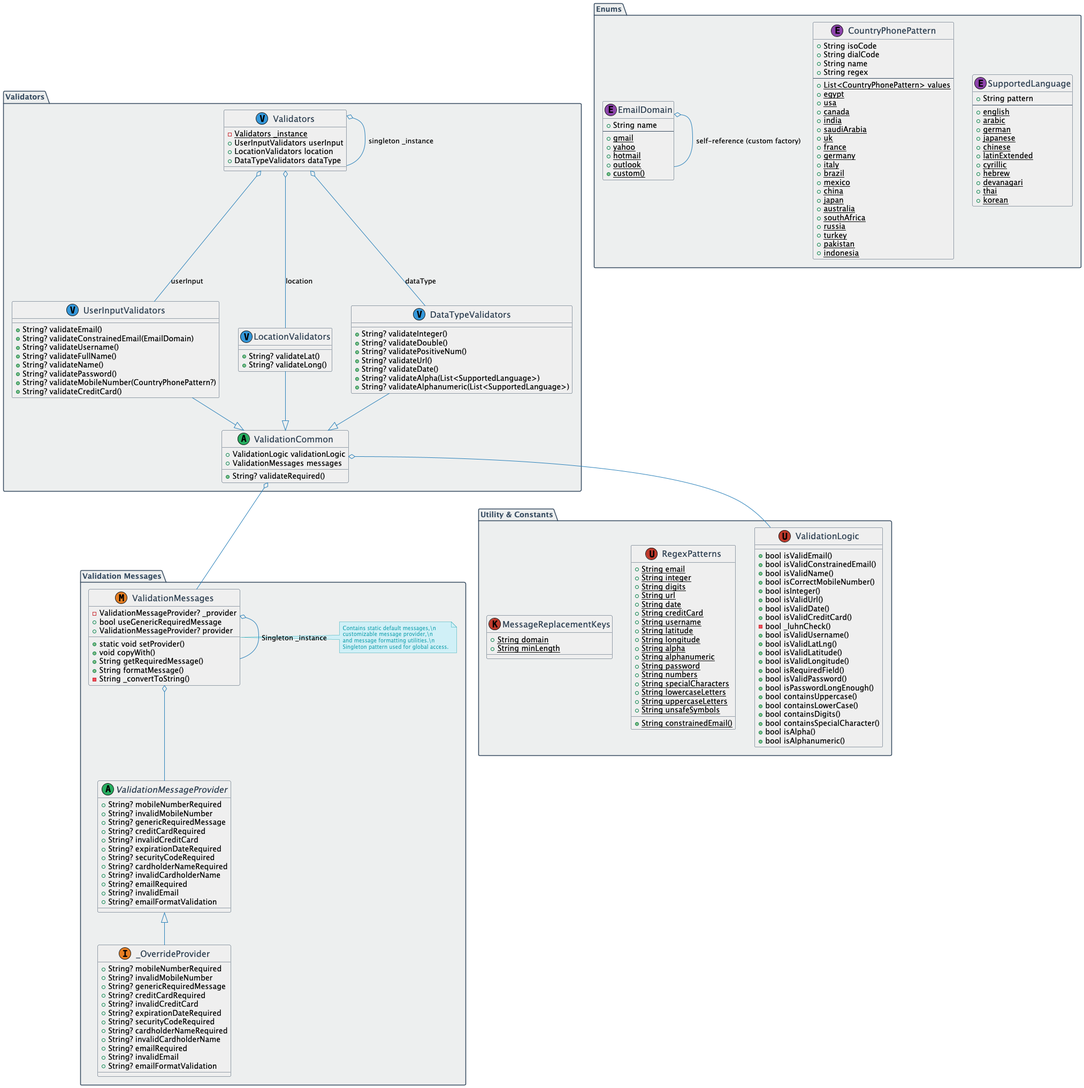
2Math0/boolean_validation keeps this PlantUML diagram as full_diagram.png. Above is the earlier version. Source of this version:
```plantuml
@startuml
skinparam {
shadowing false
backgroundColor #ffffff
  class {
BackgroundColor #efefef
    BorderColor #34495e
    ArrowColor #2980b9
    FontColor #2c3e50
    FontName "Roboto"
FontSize 16
RoundCorner 12
}
package {
BackgroundColor #edeFeF
    BorderColor #34495e
    FontColor #34495e
  }
note {
BackgroundColor #d0f0f7
    BorderColor #22a6b3
    FontColor #22a6b3
    FontName "monospace"
FontSize 10
RoundCorner 12
}
}

!define VALIDATOR_COLOR #3498db
!define MESSAGE_COLOR #e67e22
!define ENUM_COLOR #8e44ad
!define ABSTRACT_COLOR #27ae60
!define UTILITY_COLOR #c0392b

skinparam class {
stereotypeFontColor #555555
  stereotypeFontSize 10
}

package "Utility & Constants" {
class "MessageReplacementKeys" as MsgKeys << (K, UTILITY_COLOR) >> {
{static} +String domain
{static} +String minLength
}
class "RegexPatterns" << (U, UTILITY_COLOR) >> {
{static} +String email
{static} +String integer
{static} +String digits
{static} +String url
{static} +String date
{static} +String creditCard
{static} +String username
{static} +String latitude
{static} +String longitude
{static} +String alpha
{static} +String alphanumeric
{static} +String password
{static} +String numbers
{static} +String specialCharacters
{static} +String lowercaseLetters
{static} +String uppercaseLetters
{static} +String unsafeSymbols
{static} +String constrainedEmail()
}


class "ValidationLogic" << (U, UTILITY_COLOR) >> {
+bool isValidEmail()
+bool isValidConstrainedEmail()
+bool isValidName()
+bool isCorrectMobileNumber()
+bool isInteger()
+bool isValidUrl()
+bool isValidDate()
+bool isValidCreditCard()
-bool _luhnCheck()
+bool isValidUsername()
+bool isValidLatLng()
+bool isValidLatitude()
+bool isValidLongitude()
+bool isRequiredField()
+bool isValidPassword()
+bool isPasswordLongEnough()
+bool containsUppercase()
+bool containsLowerCase()
+bool containsDigits()
+bool containsSpecialCharacter()
+bool isAlpha()
+bool isAlphanumeric()
}
}

package "Validation Messages" {
class "ValidationMessages" as VMessages << (M, MESSAGE_COLOR) >> {
-ValidationMessageProvider? _provider
+bool useGenericRequiredMessage
+ValidationMessageProvider? provider
+static void setProvider()
+void copyWith()
+String getRequiredMessage()
+String formatMessage()
-String _convertToString()
}

note right of VMessages
Contains static default messages,\n
customizable message provider,\n
and message formatting utilities.\n
Singleton pattern used for global access.
end note

abstract class "ValidationMessageProvider" as MessageProvider << (A, ABSTRACT_COLOR) >> {
+String? mobileNumberRequired
+String? invalidMobileNumber
+String? genericRequiredMessage
+String? creditCardRequired
+String? invalidCreditCard
+String? expirationDateRequired
+String? securityCodeRequired
+String? cardholderNameRequired
+String? invalidCardholderName
+String? emailRequired
+String? invalidEmail
+String? emailFormatValidation
}

class "_OverrideProvider" as OverrideProvider << (I, MESSAGE_COLOR) >> {
+String? mobileNumberRequired
+String? invalidMobileNumber
+String? genericRequiredMessage
+String? creditCardRequired
+String? invalidCreditCard
+String? expirationDateRequired
+String? securityCodeRequired
+String? cardholderNameRequired
+String? invalidCardholderName
+String? emailRequired
+String? invalidEmail
+String? emailFormatValidation
}

MessageProvider <|-- OverrideProvider
VMessages o-- MessageProvider
VMessages o-- VMessages : "Singleton _instance"
}

package "Enums" {
class "EmailDomain" as EmailDomain << (E, ENUM_COLOR) >> {
+String name
--
{static} +gmail
{static} +yahoo
{static} +hotmail
{static} +outlook
{static} +custom()
}

EmailDomain o-- EmailDomain : self-reference (custom factory)

class "CountryPhonePattern" as CountryPhonePattern << (E, ENUM_COLOR) >> {
+String isoCode
+String dialCode
+String name
+String regex
--
{static} +List<CountryPhonePattern> values
{static} +egypt
{static} +usa
{static} +canada
{static} +india
{static} +saudiArabia
{static} +uk
{static} +france
{static} +germany
{static} +italy
{static} +brazil
{static} +mexico
{static} +china
{static} +japan
{static} +australia
{static} +southAfrica
{static} +russia
{static} +turkey
{static} +pakistan
{static} +indonesia
}

class "SupportedLanguage" as SupportedLanguage << (E, ENUM_COLOR) >> {
+String pattern
--
{static} +english
{static} +arabic
{static} +german
{static} +japanese
{static} +chinese
{static} +latinExtended
{static} +cyrillic
{static} +hebrew
{static} +devanagari
{static} +thai
{static} +korean
}
}

package "Validators" {
class "Validators" as Validators << (V, VALIDATOR_COLOR) >> {
{static} -Validators _instance
+UserInputValidators userInput
+LocationValidators location
+DataTypeValidators dataType
}

class "ValidationCommon" as ValidationCommon << (A, ABSTRACT_COLOR) >> {
+ValidationLogic validationLogic
+ValidationMessages messages
+String? validateRequired()
}

class "UserInputValidators" as UserInputValidators << (V, VALIDATOR_COLOR) >> {
+String? validateEmail()
+String? validateConstrainedEmail(EmailDomain)
+String? validateUsername()
+String? validateFullName()
+String? validateName()
+String? validatePassword()
+String? validateMobileNumber(CountryPhonePattern?)
+String? validateCreditCard()
}

class "LocationValidators" << (V, VALIDATOR_COLOR) >> {
+String? validateLat()
+String? validateLong()
}

class "DataTypeValidators" as DataTypeValidators << (V, VALIDATOR_COLOR) >> {
+String? validateInteger()
+String? validateDouble()
+String? validatePositiveNum()
+String? validateUrl()
+String? validateDate()
+String? validateAlpha(List<SupportedLanguage>)
+String? validateAlphanumeric(List<SupportedLanguage>)
  }

Validators o-- Validators : singleton _instance
Validators o-- UserInputValidators : userInput
Validators o-- LocationValidators : location
Validators o-- DataTypeValidators : dataType

ValidationCommon o-- ValidationLogic
ValidationCommon o-- VMessages

UserInputValidators --|> ValidationCommon
LocationValidators --|> ValidationCommon
DataTypeValidators --|> ValidationCommon
}

@enduml
```
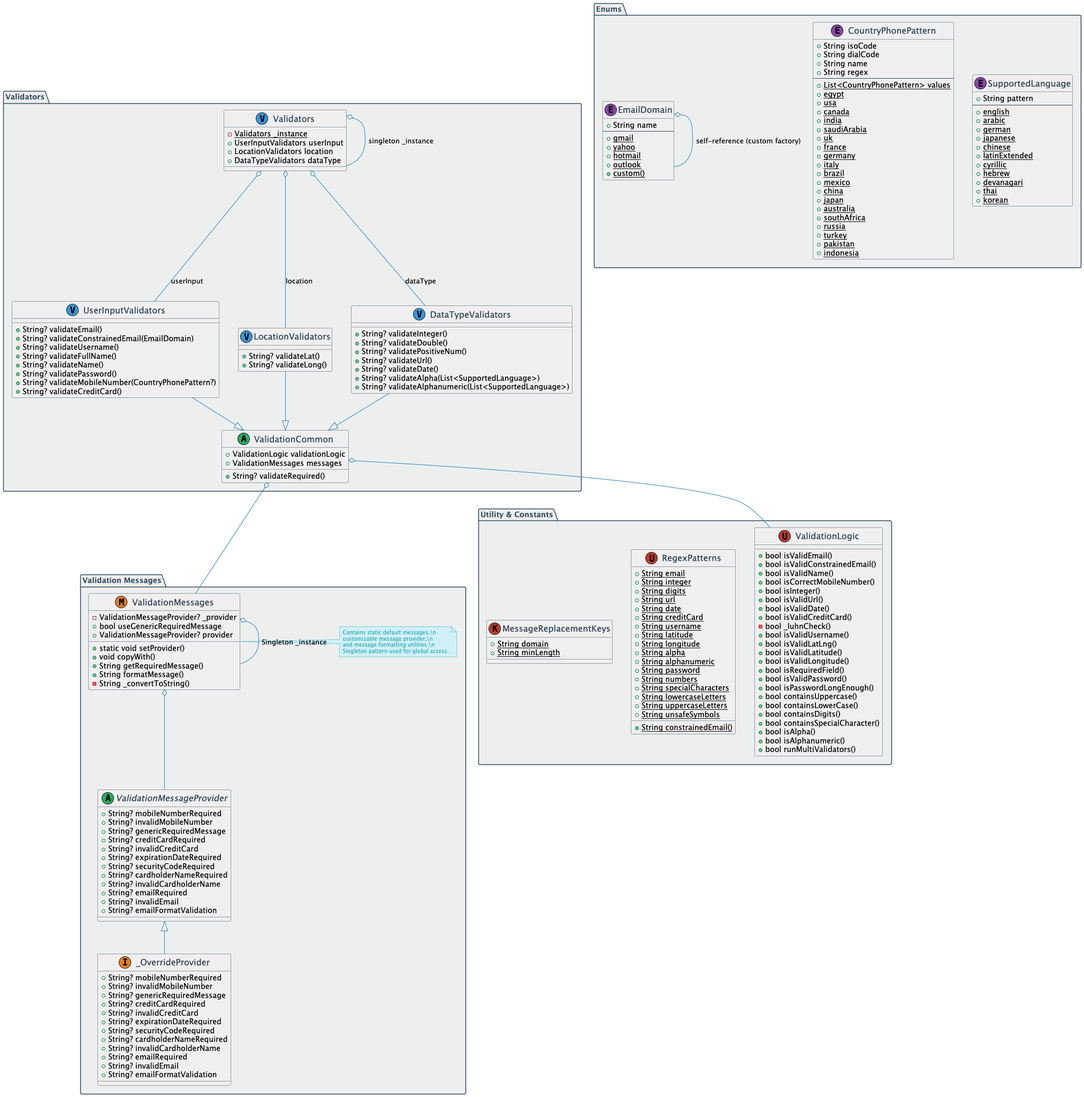
After the commit.

Commit message:
export string extensions add runMultiValidators method in Validation Logic Mixin

What changed in the source:
```diff
@@ -87,6 +87,7 @@
 +bool containsSpecialCharacter()
 +bool isAlpha()
 +bool isAlphanumeric()
++bool runMultiValidators()
 }
 }
 
```
